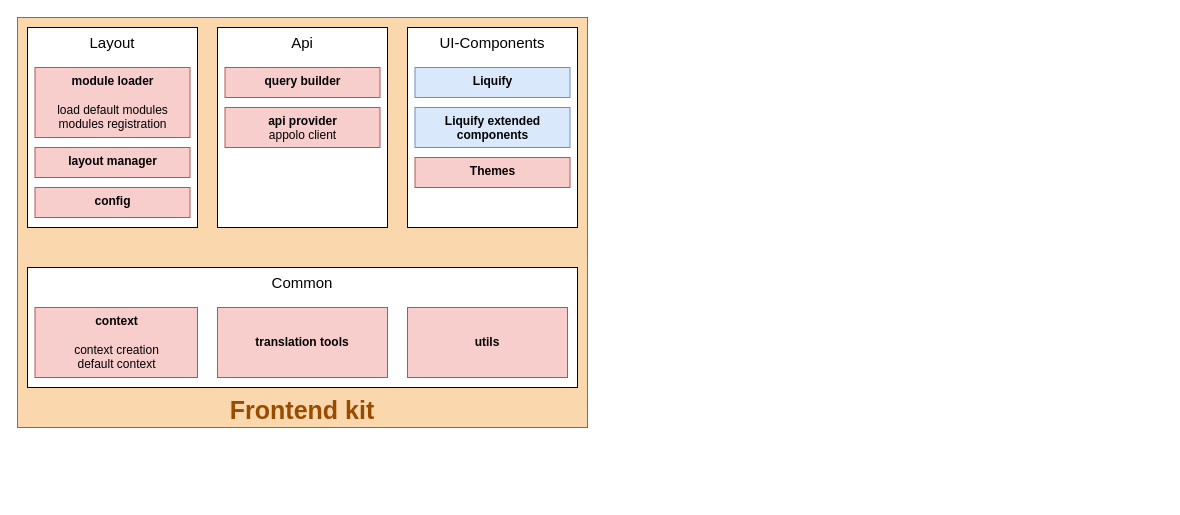
The draw.io diagram page "Page-2" (2 of 2) of Untitled Diagram.drawio in haithemT/diagrams, before the edit. Source tidied: cells renumbered, new cells numbered last; positions are measured from the earlier drawing's top-left corner, leaving out a move shared by most shapes. Both pictures are drawn from the tidied source at 100%, with x=0, y=0 at pixel (17, 17).
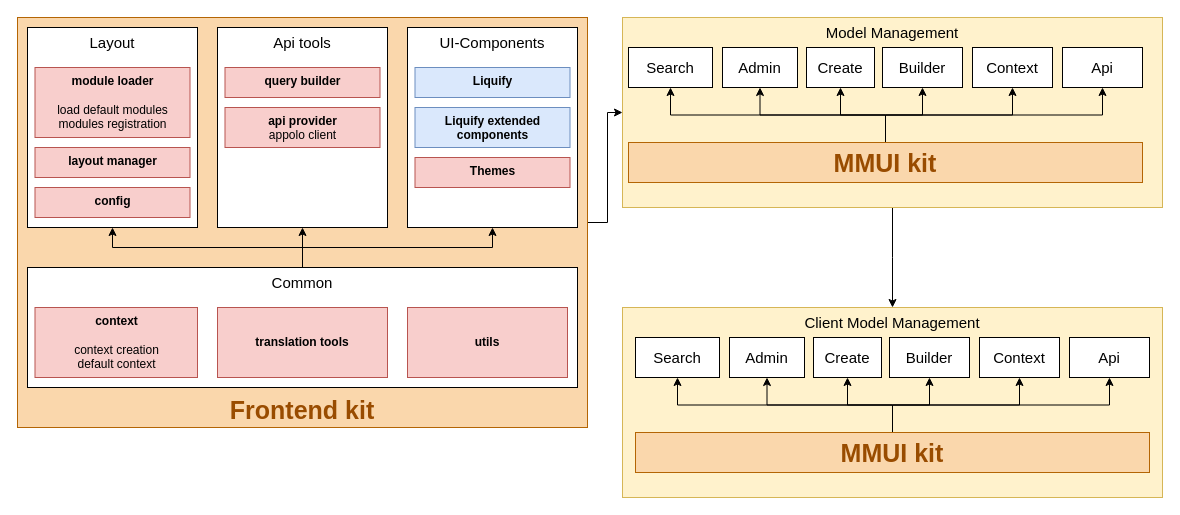
Above is the later version.

Unchanged cells that the change refers to:
```xml
<mxCell id="2" value="&lt;font style=&quot;font-size: 25px&quot;&gt;&lt;b&gt;Frontend kit&lt;/b&gt;&lt;/font&gt;" style="rounded=0;whiteSpace=wrap;html=1;fontSize=17;align=center;fillColor=#fad7ac;strokeColor=#b46504;verticalAlign=bottom;fontColor=#994C00;" parent="1" vertex="1">
  <mxGeometry width="570" height="410" as="geometry" />
</mxCell>
<mxCell id="3" value="&lt;font color=&quot;#000000&quot;&gt;Common&lt;/font&gt;" style="rounded=0;whiteSpace=wrap;html=1;fontSize=15;fontColor=#FF0000;verticalAlign=top;" parent="1" vertex="1">
  <mxGeometry x="10" y="250" width="550" height="120" as="geometry" />
</mxCell>
<mxCell id="4" value="&lt;font color=&quot;#000000&quot;&gt;Layout&lt;/font&gt;" style="rounded=0;whiteSpace=wrap;html=1;fontSize=15;fontColor=#FF0000;verticalAlign=top;" parent="1" vertex="1">
  <mxGeometry x="10" y="10" width="170" height="200" as="geometry" />
</mxCell>
<mxCell id="12" value="&lt;font color=&quot;#000000&quot;&gt;UI-Components&lt;/font&gt;" style="rounded=0;whiteSpace=wrap;html=1;fontSize=15;fontColor=#FF0000;verticalAlign=top;" parent="1" vertex="1">
  <mxGeometry x="390" y="10" width="170" height="200" as="geometry" />
</mxCell>
```

The edit, as a diff of the source:
```diff
@@
+    <mxCell id="18" value="Client Model Management" style="rounded=0;whiteSpace=wrap;html=1;fontSize=15;align=center;fillColor=#fff2cc;strokeColor=#d6b656;verticalAlign=top;" parent="1" vertex="1">
+      <mxGeometry x="605" y="290" width="540" height="190" as="geometry" />
+    </mxCell>
+    <mxCell id="19" style="edgeStyle=orthogonalEdgeStyle;rounded=0;jettySize=auto;html=1;exitX=1;exitY=0.5;exitDx=0;exitDy=0;entryX=0;entryY=0.5;entryDx=0;entryDy=0;fontColor=#66B2FF;" parent="1" edge="1" source="2" target="24">
+      <mxGeometry relative="1" as="geometry" />
+    </mxCell>
@@
+    <mxCell id="20" style="edgeStyle=orthogonalEdgeStyle;rounded=0;jettySize=auto;html=1;exitX=0.5;exitY=0;exitDx=0;exitDy=0;entryX=0.5;entryY=1;entryDx=0;entryDy=0;fontColor=#66B2FF;" parent="1" edge="1" source="3" target="4">
+      <mxGeometry relative="1" as="geometry" />
+    </mxCell>
+    <mxCell id="21" style="edgeStyle=orthogonalEdgeStyle;rounded=0;jettySize=auto;html=1;exitX=0.5;exitY=0;exitDx=0;exitDy=0;fontColor=#66B2FF;" parent="1" edge="1" source="3" target="12">
+      <mxGeometry relative="1" as="geometry" />
+    </mxCell>
+    <mxCell id="22" style="edgeStyle=orthogonalEdgeStyle;rounded=0;jettySize=auto;html=1;exitX=0.5;exitY=0;exitDx=0;exitDy=0;fontColor=#66B2FF;" parent="1" edge="1" source="3" target="7">
+      <mxGeometry relative="1" as="geometry" />
+    </mxCell>
@@
-    <mxCell id="7" value="&lt;font color=&quot;#000000&quot;&gt;Api&lt;/font&gt;" style="rounded=0;whiteSpace=wrap;html=1;fontSize=15;fontColor=#FF0000;verticalAlign=top;" parent="1" vertex="1">
+    <mxCell id="7" value="&lt;font color=&quot;#000000&quot;&gt;Api tools&lt;/font&gt;" style="rounded=0;whiteSpace=wrap;html=1;fontSize=15;fontColor=#FF0000;verticalAlign=top;" parent="1" vertex="1">
       <mxGeometry x="200" y="10" width="170" height="200" as="geometry" />
     </mxCell>
@@
+    <mxCell id="23" style="edgeStyle=orthogonalEdgeStyle;rounded=0;jettySize=auto;html=1;exitX=0.5;exitY=1;exitDx=0;exitDy=0;entryX=0.5;entryY=0;entryDx=0;entryDy=0;fontColor=#66B2FF;" parent="1" edge="1" source="24" target="18">
+      <mxGeometry relative="1" as="geometry">
+        <Array as="points">
+          <mxPoint x="875" y="240" />
+          <mxPoint x="875" y="240" />
+        </Array>
+      </mxGeometry>
+    </mxCell>
+    <mxCell id="24" value="Model Management" style="rounded=0;whiteSpace=wrap;html=1;fontSize=15;align=center;fillColor=#fff2cc;strokeColor=#d6b656;verticalAlign=top;" parent="1" vertex="1">
+      <mxGeometry x="605" width="540" height="190" as="geometry" />
+    </mxCell>
+    <mxCell id="25" value="&lt;font color=&quot;#000000&quot;&gt;Search&lt;/font&gt;" style="rounded=0;whiteSpace=wrap;html=1;fontSize=15;fontColor=#FF0000;verticalAlign=middle;" parent="1" vertex="1">
+      <mxGeometry x="611" y="30" width="84" height="40" as="geometry" />
+    </mxCell>
+    <mxCell id="26" value="&lt;font color=&quot;#000000&quot;&gt;Builder&lt;/font&gt;" style="rounded=0;whiteSpace=wrap;html=1;fontSize=15;fontColor=#FF0000;verticalAlign=middle;" parent="1" vertex="1">
+      <mxGeometry x="865" y="30" width="80" height="40" as="geometry" />
+    </mxCell>
+    <mxCell id="27" value="&lt;font color=&quot;#000000&quot;&gt;Admin&lt;/font&gt;" style="rounded=0;whiteSpace=wrap;html=1;fontSize=15;fontColor=#FF0000;verticalAlign=middle;" parent="1" vertex="1">
+      <mxGeometry x="705" y="30" width="75" height="40" as="geometry" />
+    </mxCell>
+    <mxCell id="28" value="&lt;font color=&quot;#000000&quot;&gt;Create&lt;/font&gt;" style="rounded=0;whiteSpace=wrap;html=1;fontSize=15;fontColor=#FF0000;verticalAlign=middle;" parent="1" vertex="1">
+      <mxGeometry x="789" y="30" width="68" height="40" as="geometry" />
+    </mxCell>
+    <mxCell id="29" style="edgeStyle=orthogonalEdgeStyle;rounded=0;jettySize=auto;html=1;exitX=0.5;exitY=0;exitDx=0;exitDy=0;fontColor=#66B2FF;" parent="1" edge="1" source="35" target="25">
+      <mxGeometry relative="1" as="geometry" />
+    </mxCell>
+    <mxCell id="30" style="edgeStyle=orthogonalEdgeStyle;rounded=0;jettySize=auto;html=1;exitX=0.5;exitY=0;exitDx=0;exitDy=0;fontColor=#66B2FF;" parent="1" edge="1" source="35" target="27">
+      <mxGeometry relative="1" as="geometry" />
+    </mxCell>
+    <mxCell id="31" style="edgeStyle=orthogonalEdgeStyle;rounded=0;jettySize=auto;html=1;exitX=0.5;exitY=0;exitDx=0;exitDy=0;entryX=0.5;entryY=1;entryDx=0;entryDy=0;fontColor=#66B2FF;" parent="1" edge="1" source="35" target="28">
+      <mxGeometry relative="1" as="geometry" />
+    </mxCell>
+    <mxCell id="32" style="edgeStyle=orthogonalEdgeStyle;rounded=0;jettySize=auto;html=1;exitX=0.5;exitY=0;exitDx=0;exitDy=0;fontColor=#66B2FF;" parent="1" edge="1" source="35" target="26">
+      <mxGeometry relative="1" as="geometry" />
+    </mxCell>
+    <mxCell id="33" style="edgeStyle=orthogonalEdgeStyle;rounded=0;jettySize=auto;html=1;exitX=0.5;exitY=0;exitDx=0;exitDy=0;fontColor=#66B2FF;" parent="1" edge="1" source="35" target="36">
+      <mxGeometry relative="1" as="geometry" />
+    </mxCell>
+    <mxCell id="34" style="edgeStyle=orthogonalEdgeStyle;rounded=0;jettySize=auto;html=1;exitX=0.5;exitY=0;exitDx=0;exitDy=0;fontColor=#66B2FF;" parent="1" edge="1" source="35" target="37">
+      <mxGeometry relative="1" as="geometry" />
+    </mxCell>
+    <mxCell id="35" value="&lt;font style=&quot;font-size: 25px&quot;&gt;&lt;b&gt;MMUI kit&lt;/b&gt;&lt;/font&gt;" style="rounded=0;whiteSpace=wrap;html=1;fontSize=17;align=center;fillColor=#fad7ac;strokeColor=#b46504;verticalAlign=middle;fontColor=#994C00;" parent="1" vertex="1">
+      <mxGeometry x="611" y="125" width="514" height="40" as="geometry" />
+    </mxCell>
+    <mxCell id="36" value="&lt;font color=&quot;#000000&quot;&gt;Context&lt;/font&gt;" style="rounded=0;whiteSpace=wrap;html=1;fontSize=15;fontColor=#FF0000;verticalAlign=middle;" parent="1" vertex="1">
+      <mxGeometry x="955" y="30" width="80" height="40" as="geometry" />
+    </mxCell>
+    <mxCell id="37" value="&lt;font color=&quot;#000000&quot;&gt;Api&lt;/font&gt;" style="rounded=0;whiteSpace=wrap;html=1;fontSize=15;fontColor=#FF0000;verticalAlign=middle;" parent="1" vertex="1">
+      <mxGeometry x="1045" y="30" width="80" height="40" as="geometry" />
+    </mxCell>
+    <mxCell id="38" value="&lt;font color=&quot;#000000&quot;&gt;Search&lt;/font&gt;" style="rounded=0;whiteSpace=wrap;html=1;fontSize=15;fontColor=#FF0000;verticalAlign=middle;" parent="1" vertex="1">
+      <mxGeometry x="618" y="320" width="84" height="40" as="geometry" />
+    </mxCell>
+    <mxCell id="39" value="&lt;font color=&quot;#000000&quot;&gt;Builder&lt;/font&gt;" style="rounded=0;whiteSpace=wrap;html=1;fontSize=15;fontColor=#FF0000;verticalAlign=middle;" parent="1" vertex="1">
+      <mxGeometry x="872" y="320" width="80" height="40" as="geometry" />
+    </mxCell>
+    <mxCell id="40" value="&lt;font color=&quot;#000000&quot;&gt;Admin&lt;/font&gt;" style="rounded=0;whiteSpace=wrap;html=1;fontSize=15;fontColor=#FF0000;verticalAlign=middle;" parent="1" vertex="1">
+      <mxGeometry x="712" y="320" width="75" height="40" as="geometry" />
+    </mxCell>
+    <mxCell id="41" value="&lt;font color=&quot;#000000&quot;&gt;Create&lt;/font&gt;" style="rounded=0;whiteSpace=wrap;html=1;fontSize=15;fontColor=#FF0000;verticalAlign=middle;" parent="1" vertex="1">
+      <mxGeometry x="796" y="320" width="68" height="40" as="geometry" />
+    </mxCell>
+    <mxCell id="42" style="edgeStyle=orthogonalEdgeStyle;rounded=0;jettySize=auto;html=1;exitX=0.5;exitY=0;exitDx=0;exitDy=0;fontColor=#66B2FF;" parent="1" edge="1" source="48" target="38">
+      <mxGeometry relative="1" as="geometry" />
+    </mxCell>
+    <mxCell id="43" style="edgeStyle=orthogonalEdgeStyle;rounded=0;jettySize=auto;html=1;exitX=0.5;exitY=0;exitDx=0;exitDy=0;fontColor=#66B2FF;" parent="1" edge="1" source="48" target="40">
+      <mxGeometry relative="1" as="geometry" />
+    </mxCell>
+    <mxCell id="44" style="edgeStyle=orthogonalEdgeStyle;rounded=0;jettySize=auto;html=1;exitX=0.5;exitY=0;exitDx=0;exitDy=0;entryX=0.5;entryY=1;entryDx=0;entryDy=0;fontColor=#66B2FF;" parent="1" edge="1" source="48" target="41">
+      <mxGeometry relative="1" as="geometry" />
+    </mxCell>
+    <mxCell id="45" style="edgeStyle=orthogonalEdgeStyle;rounded=0;jettySize=auto;html=1;exitX=0.5;exitY=0;exitDx=0;exitDy=0;fontColor=#66B2FF;" parent="1" edge="1" source="48" target="39">
+      <mxGeometry relative="1" as="geometry" />
+    </mxCell>
+    <mxCell id="46" style="edgeStyle=orthogonalEdgeStyle;rounded=0;jettySize=auto;html=1;exitX=0.5;exitY=0;exitDx=0;exitDy=0;fontColor=#66B2FF;" parent="1" edge="1" source="48" target="49">
+      <mxGeometry relative="1" as="geometry" />
+    </mxCell>
+    <mxCell id="47" style="edgeStyle=orthogonalEdgeStyle;rounded=0;jettySize=auto;html=1;exitX=0.5;exitY=0;exitDx=0;exitDy=0;fontColor=#66B2FF;" parent="1" edge="1" source="48" target="50">
+      <mxGeometry relative="1" as="geometry" />
+    </mxCell>
+    <mxCell id="48" value="&lt;font style=&quot;font-size: 25px&quot;&gt;&lt;b&gt;MMUI kit&lt;/b&gt;&lt;/font&gt;" style="rounded=0;whiteSpace=wrap;html=1;fontSize=17;align=center;fillColor=#fad7ac;strokeColor=#b46504;verticalAlign=middle;fontColor=#994C00;" parent="1" vertex="1">
+      <mxGeometry x="618" y="415" width="514" height="40" as="geometry" />
+    </mxCell>
+    <mxCell id="49" value="&lt;font color=&quot;#000000&quot;&gt;Context&lt;/font&gt;" style="rounded=0;whiteSpace=wrap;html=1;fontSize=15;fontColor=#FF0000;verticalAlign=middle;" parent="1" vertex="1">
+      <mxGeometry x="962" y="320" width="80" height="40" as="geometry" />
+    </mxCell>
+    <mxCell id="50" value="&lt;font color=&quot;#000000&quot;&gt;Api&lt;/font&gt;" style="rounded=0;whiteSpace=wrap;html=1;fontSize=15;fontColor=#FF0000;verticalAlign=middle;" parent="1" vertex="1">
+      <mxGeometry x="1052" y="320" width="80" height="40" as="geometry" />
+    </mxCell>
```
